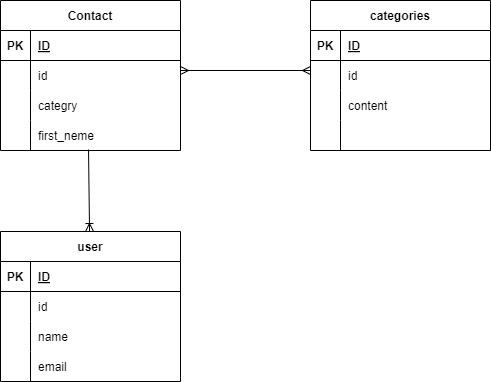
Earlier version of the draw.io export ER.drawio.png (yuusukejinba/jinba-kadai). Source tidied: cells renumbered, new cells last; positions are measured from the earlier drawing's top-left corner, leaving out a move shared by most shapes. Its diagram source:
```xml
<mxGraphModel>
  <root>
    <mxCell id="0" />
    <mxCell id="1" parent="0" />
    <mxCell id="2" value="Contact" style="shape=table;startSize=30;rowLines=0;fontStyle=1;align=center;" parent="1" vertex="1">
      <mxGeometry width="180" height="150" as="geometry" />
    </mxCell>
    <mxCell id="3" style="shape=tableRow;horizontal=0;startSize=0;swimlaneHead=0;swimlaneBody=0;fillColor=none;top=0;left=0;right=0;bottom=1;" parent="2" vertex="1">
      <mxGeometry y="30" width="180" height="30" as="geometry" />
    </mxCell>
    <mxCell id="4" value="PK" style="shape=partialRectangle;fillColor=none;top=0;left=0;bottom=0;right=0;fontStyle=1;overflow=hidden;" parent="3" vertex="1">
      <mxGeometry width="30" height="30" as="geometry" />
    </mxCell>
    <mxCell id="5" value="ID" style="shape=partialRectangle;fillColor=none;top=0;left=0;bottom=0;right=0;align=left;spacingLeft=6;fontStyle=5;overflow=hidden;" parent="3" vertex="1">
      <mxGeometry x="30" width="150" height="30" as="geometry" />
    </mxCell>
    <mxCell id="6" style="shape=tableRow;horizontal=0;startSize=0;swimlaneHead=0;swimlaneBody=0;fillColor=none;top=0;left=0;right=0;bottom=0;" parent="2" vertex="1">
      <mxGeometry y="60" width="180" height="30" as="geometry" />
    </mxCell>
    <mxCell id="7" style="shape=partialRectangle;fillColor=none;top=0;left=0;bottom=0;right=0;overflow=hidden;" parent="6" vertex="1">
      <mxGeometry width="30" height="30" as="geometry" />
    </mxCell>
    <mxCell id="8" value="id" style="shape=partialRectangle;fillColor=none;top=0;left=0;bottom=0;right=0;align=left;spacingLeft=6;overflow=hidden;" parent="6" vertex="1">
      <mxGeometry x="30" width="150" height="30" as="geometry" />
    </mxCell>
    <mxCell id="9" style="shape=tableRow;horizontal=0;startSize=0;swimlaneHead=0;swimlaneBody=0;fillColor=none;top=0;left=0;right=0;bottom=0;" parent="2" vertex="1">
      <mxGeometry y="90" width="180" height="30" as="geometry" />
    </mxCell>
    <mxCell id="10" style="shape=partialRectangle;fillColor=none;top=0;left=0;bottom=0;right=0;overflow=hidden;" parent="9" vertex="1">
      <mxGeometry width="30" height="30" as="geometry" />
    </mxCell>
    <mxCell id="11" value="categry" style="shape=partialRectangle;fillColor=none;top=0;left=0;bottom=0;right=0;align=left;spacingLeft=6;overflow=hidden;" parent="9" vertex="1">
      <mxGeometry x="30" width="150" height="30" as="geometry" />
    </mxCell>
    <mxCell id="12" style="shape=tableRow;horizontal=0;startSize=0;swimlaneHead=0;swimlaneBody=0;fillColor=none;points=[[0,0.5],[1,0.5]];portConstraint=eastwest;top=0;left=0;right=0;bottom=0;" parent="2" vertex="1">
      <mxGeometry y="120" width="180" height="30" as="geometry" />
    </mxCell>
    <mxCell id="13" style="shape=partialRectangle;fillColor=none;top=0;left=0;bottom=0;right=0;overflow=hidden;" parent="12" vertex="1">
      <mxGeometry width="30" height="30" as="geometry" />
    </mxCell>
    <mxCell id="14" value="first_neme" style="shape=partialRectangle;fillColor=none;top=0;left=0;bottom=0;right=0;align=left;spacingLeft=6;overflow=hidden;" parent="12" vertex="1">
      <mxGeometry x="30" width="150" height="30" as="geometry" />
    </mxCell>
    <mxCell id="15" value="categories" style="shape=table;startSize=30;rowLines=0;fontStyle=1;align=center;" parent="1" vertex="1">
      <mxGeometry x="310" width="180" height="150" as="geometry" />
    </mxCell>
    <mxCell id="16" style="shape=tableRow;horizontal=0;startSize=0;swimlaneHead=0;swimlaneBody=0;fillColor=none;top=0;left=0;right=0;bottom=1;" parent="15" vertex="1">
      <mxGeometry y="30" width="180" height="30" as="geometry" />
    </mxCell>
    <mxCell id="17" value="PK" style="shape=partialRectangle;fillColor=none;top=0;left=0;bottom=0;right=0;fontStyle=1;overflow=hidden;" parent="16" vertex="1">
      <mxGeometry width="30" height="30" as="geometry" />
    </mxCell>
    <mxCell id="18" value="ID" style="shape=partialRectangle;fillColor=none;top=0;left=0;bottom=0;right=0;align=left;spacingLeft=6;fontStyle=5;overflow=hidden;" parent="16" vertex="1">
      <mxGeometry x="30" width="150" height="30" as="geometry" />
    </mxCell>
    <mxCell id="19" style="shape=tableRow;horizontal=0;startSize=0;swimlaneHead=0;swimlaneBody=0;fillColor=none;top=0;left=0;right=0;bottom=0;" parent="15" vertex="1">
      <mxGeometry y="60" width="180" height="30" as="geometry" />
    </mxCell>
    <mxCell id="20" style="shape=partialRectangle;fillColor=none;top=0;left=0;bottom=0;right=0;overflow=hidden;" parent="19" vertex="1">
      <mxGeometry width="30" height="30" as="geometry" />
    </mxCell>
    <mxCell id="21" value="id" style="shape=partialRectangle;fillColor=none;top=0;left=0;bottom=0;right=0;align=left;spacingLeft=6;overflow=hidden;" parent="19" vertex="1">
      <mxGeometry x="30" width="150" height="30" as="geometry" />
    </mxCell>
    <mxCell id="22" style="shape=tableRow;horizontal=0;startSize=0;swimlaneHead=0;swimlaneBody=0;fillColor=none;top=0;left=0;right=0;bottom=0;" parent="15" vertex="1">
      <mxGeometry y="90" width="180" height="30" as="geometry" />
    </mxCell>
    <mxCell id="23" style="shape=partialRectangle;fillColor=none;top=0;left=0;bottom=0;right=0;overflow=hidden;" parent="22" vertex="1">
      <mxGeometry width="30" height="30" as="geometry" />
    </mxCell>
    <mxCell id="24" value="content" style="shape=partialRectangle;fillColor=none;top=0;left=0;bottom=0;right=0;align=left;spacingLeft=6;overflow=hidden;" parent="22" vertex="1">
      <mxGeometry x="30" width="150" height="30" as="geometry" />
    </mxCell>
    <mxCell id="25" style="shape=tableRow;horizontal=0;startSize=0;swimlaneHead=0;swimlaneBody=0;fillColor=none;top=0;left=0;right=0;bottom=0;" parent="15" vertex="1">
      <mxGeometry y="120" width="180" height="30" as="geometry" />
    </mxCell>
    <mxCell id="26" style="shape=partialRectangle;fillColor=none;top=0;left=0;bottom=0;right=0;overflow=hidden;" parent="25" vertex="1">
      <mxGeometry width="30" height="30" as="geometry" />
    </mxCell>
    <mxCell id="27" style="shape=partialRectangle;fillColor=none;top=0;left=0;bottom=0;right=0;align=left;spacingLeft=6;overflow=hidden;" parent="25" vertex="1">
      <mxGeometry x="30" width="150" height="30" as="geometry" />
    </mxCell>
    <mxCell id="28" value="user" style="shape=table;startSize=30;rowLines=0;fontStyle=1;align=center;" parent="1" vertex="1">
      <mxGeometry y="231" width="180" height="150" as="geometry" />
    </mxCell>
    <mxCell id="29" style="shape=tableRow;horizontal=0;startSize=0;swimlaneHead=0;swimlaneBody=0;fillColor=none;top=0;left=0;right=0;bottom=1;" parent="28" vertex="1">
      <mxGeometry y="30" width="180" height="30" as="geometry" />
    </mxCell>
    <mxCell id="30" value="PK" style="shape=partialRectangle;fillColor=none;top=0;left=0;bottom=0;right=0;fontStyle=1;overflow=hidden;" parent="29" vertex="1">
      <mxGeometry width="30" height="30" as="geometry" />
    </mxCell>
    <mxCell id="31" value="ID" style="shape=partialRectangle;fillColor=none;top=0;left=0;bottom=0;right=0;align=left;spacingLeft=6;fontStyle=5;overflow=hidden;" parent="29" vertex="1">
      <mxGeometry x="30" width="150" height="30" as="geometry" />
    </mxCell>
    <mxCell id="32" style="shape=tableRow;horizontal=0;startSize=0;swimlaneHead=0;swimlaneBody=0;fillColor=none;top=0;left=0;right=0;bottom=0;" parent="28" vertex="1">
      <mxGeometry y="60" width="180" height="30" as="geometry" />
    </mxCell>
    <mxCell id="33" style="shape=partialRectangle;fillColor=none;top=0;left=0;bottom=0;right=0;overflow=hidden;" parent="32" vertex="1">
      <mxGeometry width="30" height="30" as="geometry" />
    </mxCell>
    <mxCell id="34" value="id" style="shape=partialRectangle;fillColor=none;top=0;left=0;bottom=0;right=0;align=left;spacingLeft=6;overflow=hidden;" parent="32" vertex="1">
      <mxGeometry x="30" width="150" height="30" as="geometry" />
    </mxCell>
    <mxCell id="35" style="shape=tableRow;horizontal=0;startSize=0;swimlaneHead=0;swimlaneBody=0;fillColor=none;top=0;left=0;right=0;bottom=0;" parent="28" vertex="1">
      <mxGeometry y="90" width="180" height="30" as="geometry" />
    </mxCell>
    <mxCell id="36" style="shape=partialRectangle;fillColor=none;top=0;left=0;bottom=0;right=0;overflow=hidden;" parent="35" vertex="1">
      <mxGeometry width="30" height="30" as="geometry" />
    </mxCell>
    <mxCell id="37" value="name" style="shape=partialRectangle;fillColor=none;top=0;left=0;bottom=0;right=0;align=left;spacingLeft=6;overflow=hidden;" parent="35" vertex="1">
      <mxGeometry x="30" width="150" height="30" as="geometry" />
    </mxCell>
    <mxCell id="38" style="shape=tableRow;horizontal=0;startSize=0;swimlaneHead=0;swimlaneBody=0;fillColor=none;top=0;left=0;right=0;bottom=0;" parent="28" vertex="1">
      <mxGeometry y="120" width="180" height="30" as="geometry" />
    </mxCell>
    <mxCell id="39" style="shape=partialRectangle;fillColor=none;top=0;left=0;bottom=0;right=0;overflow=hidden;" parent="38" vertex="1">
      <mxGeometry width="30" height="30" as="geometry" />
    </mxCell>
    <mxCell id="40" value="email" style="shape=partialRectangle;fillColor=none;top=0;left=0;bottom=0;right=0;align=left;spacingLeft=6;overflow=hidden;" parent="38" vertex="1">
      <mxGeometry x="30" width="150" height="30" as="geometry" />
    </mxCell>
    <mxCell id="41" style="fontSize=12;html=1;endArrow=ERoneToMany;exitX=0.489;exitY=0.967;exitDx=0;exitDy=0;exitPerimeter=0;" parent="1" edge="1" source="12" target="28">
      <mxGeometry relative="1" as="geometry" />
    </mxCell>
    <mxCell id="42" style="fontSize=12;html=1;endArrow=ERmany;startArrow=ERmany;" parent="1" edge="1">
      <mxGeometry relative="1" as="geometry">
        <mxPoint x="180" y="70" as="sourcePoint" />
        <mxPoint x="310" y="70" as="targetPoint" />
      </mxGeometry>
    </mxCell>
  </root>
</mxGraphModel>
```
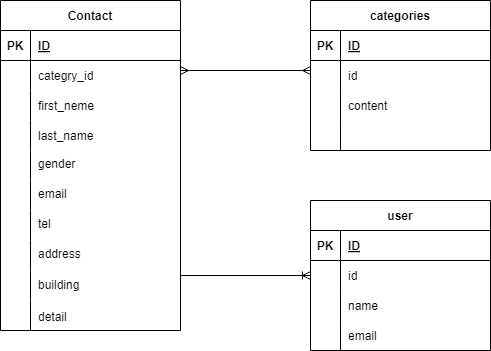
After the commit.

What changed in the source:
```diff
@@ -3,7 +3,7 @@
     <mxCell id="0" />
     <mxCell id="1" parent="0" />
     <mxCell id="2" value="Contact" style="shape=table;startSize=30;rowLines=0;fontStyle=1;align=center;" parent="1" vertex="1">
-      <mxGeometry width="180" height="150" as="geometry" />
+      <mxGeometry width="180" height="330" as="geometry" />
     </mxCell>
     <mxCell id="3" style="shape=tableRow;horizontal=0;startSize=0;swimlaneHead=0;swimlaneBody=0;fillColor=none;top=0;left=0;right=0;bottom=1;" parent="2" vertex="1">
       <mxGeometry y="30" width="180" height="30" as="geometry" />
@@ -20,7 +20,7 @@
     <mxCell id="7" style="shape=partialRectangle;fillColor=none;top=0;left=0;bottom=0;right=0;overflow=hidden;" parent="6" vertex="1">
       <mxGeometry width="30" height="30" as="geometry" />
     </mxCell>
-    <mxCell id="8" value="id" style="shape=partialRectangle;fillColor=none;top=0;left=0;bottom=0;right=0;align=left;spacingLeft=6;overflow=hidden;" parent="6" vertex="1">
+    <mxCell id="8" value="categry_id" style="shape=partialRectangle;fillColor=none;top=0;left=0;bottom=0;right=0;align=left;spacingLeft=6;overflow=hidden;" parent="6" vertex="1">
       <mxGeometry x="30" width="150" height="30" as="geometry" />
     </mxCell>
     <mxCell id="9" style="shape=tableRow;horizontal=0;startSize=0;swimlaneHead=0;swimlaneBody=0;fillColor=none;top=0;left=0;right=0;bottom=0;" parent="2" vertex="1">
@@ -29,7 +29,7 @@
     <mxCell id="10" style="shape=partialRectangle;fillColor=none;top=0;left=0;bottom=0;right=0;overflow=hidden;" parent="9" vertex="1">
       <mxGeometry width="30" height="30" as="geometry" />
     </mxCell>
-    <mxCell id="11" value="categry" style="shape=partialRectangle;fillColor=none;top=0;left=0;bottom=0;right=0;align=left;spacingLeft=6;overflow=hidden;" parent="9" vertex="1">
+    <mxCell id="11" value="first_neme" style="shape=partialRectangle;fillColor=none;top=0;left=0;bottom=0;right=0;align=left;spacingLeft=6;overflow=hidden;" parent="9" vertex="1">
       <mxGeometry x="30" width="150" height="30" as="geometry" />
     </mxCell>
     <mxCell id="12" style="shape=tableRow;horizontal=0;startSize=0;swimlaneHead=0;swimlaneBody=0;fillColor=none;points=[[0,0.5],[1,0.5]];portConstraint=eastwest;top=0;left=0;right=0;bottom=0;" parent="2" vertex="1">
@@ -38,9 +38,63 @@
     <mxCell id="13" style="shape=partialRectangle;fillColor=none;top=0;left=0;bottom=0;right=0;overflow=hidden;" parent="12" vertex="1">
       <mxGeometry width="30" height="30" as="geometry" />
     </mxCell>
-    <mxCell id="14" value="first_neme" style="shape=partialRectangle;fillColor=none;top=0;left=0;bottom=0;right=0;align=left;spacingLeft=6;overflow=hidden;" parent="12" vertex="1">
+    <mxCell id="14" value="last_name" style="shape=partialRectangle;fillColor=none;top=0;left=0;bottom=0;right=0;align=left;spacingLeft=6;overflow=hidden;" parent="12" vertex="1">
       <mxGeometry x="30" width="150" height="30" as="geometry" />
     </mxCell>
+    <mxCell id="43" style="shape=tableRow;horizontal=0;startSize=0;swimlaneHead=0;swimlaneBody=0;fillColor=none;top=0;left=0;right=0;bottom=0;" parent="2" vertex="1">
+      <mxGeometry y="150" width="180" height="30" as="geometry" />
+    </mxCell>
+    <mxCell id="44" style="shape=partialRectangle;fillColor=none;top=0;left=0;bottom=0;right=0;overflow=hidden;" parent="43" vertex="1">
+      <mxGeometry width="30" height="30" as="geometry" />
+    </mxCell>
+    <mxCell id="45" style="shape=partialRectangle;fillColor=none;top=0;left=0;bottom=0;right=0;align=left;spacingLeft=6;overflow=hidden;" parent="43" vertex="1">
+      <mxGeometry x="30" width="150" height="30" as="geometry" />
+    </mxCell>
+    <mxCell id="46" style="shape=tableRow;horizontal=0;startSize=0;swimlaneHead=0;swimlaneBody=0;fillColor=none;top=0;left=0;right=0;bottom=0;" parent="2" vertex="1">
+      <mxGeometry y="180" width="180" height="30" as="geometry" />
+    </mxCell>
+    <mxCell id="47" style="shape=partialRectangle;fillColor=none;top=0;left=0;bottom=0;right=0;overflow=hidden;" parent="46" vertex="1">
+      <mxGeometry width="30" height="30" as="geometry" />
+    </mxCell>
+    <mxCell id="48" style="shape=partialRectangle;fillColor=none;top=0;left=0;bottom=0;right=0;align=left;spacingLeft=6;overflow=hidden;" parent="46" vertex="1">
+      <mxGeometry x="30" width="150" height="30" as="geometry" />
+    </mxCell>
+    <mxCell id="49" style="shape=tableRow;horizontal=0;startSize=0;swimlaneHead=0;swimlaneBody=0;fillColor=none;top=0;left=0;right=0;bottom=0;" parent="2" vertex="1">
+      <mxGeometry y="210" width="180" height="30" as="geometry" />
+    </mxCell>
+    <mxCell id="50" style="shape=partialRectangle;fillColor=none;top=0;left=0;bottom=0;right=0;overflow=hidden;" parent="49" vertex="1">
+      <mxGeometry width="30" height="30" as="geometry" />
+    </mxCell>
+    <mxCell id="51" style="shape=partialRectangle;fillColor=none;top=0;left=0;bottom=0;right=0;align=left;spacingLeft=6;overflow=hidden;" parent="49" vertex="1">
+      <mxGeometry x="30" width="150" height="30" as="geometry" />
+    </mxCell>
+    <mxCell id="52" style="shape=tableRow;horizontal=0;startSize=0;swimlaneHead=0;swimlaneBody=0;fillColor=none;top=0;left=0;right=0;bottom=0;" parent="2" vertex="1">
+      <mxGeometry y="240" width="180" height="30" as="geometry" />
+    </mxCell>
+    <mxCell id="53" style="shape=partialRectangle;fillColor=none;top=0;left=0;bottom=0;right=0;overflow=hidden;" parent="52" vertex="1">
+      <mxGeometry width="30" height="30" as="geometry" />
+    </mxCell>
+    <mxCell id="54" style="shape=partialRectangle;fillColor=none;top=0;left=0;bottom=0;right=0;align=left;spacingLeft=6;overflow=hidden;" parent="52" vertex="1">
+      <mxGeometry x="30" width="150" height="30" as="geometry" />
+    </mxCell>
+    <mxCell id="55" style="shape=tableRow;horizontal=0;startSize=0;swimlaneHead=0;swimlaneBody=0;fillColor=none;top=0;left=0;right=0;bottom=0;" parent="2" vertex="1">
+      <mxGeometry y="270" width="180" height="30" as="geometry" />
+    </mxCell>
+    <mxCell id="56" style="shape=partialRectangle;fillColor=none;top=0;left=0;bottom=0;right=0;overflow=hidden;" parent="55" vertex="1">
+      <mxGeometry width="30" height="30" as="geometry" />
+    </mxCell>
+    <mxCell id="57" style="shape=partialRectangle;fillColor=none;top=0;left=0;bottom=0;right=0;align=left;spacingLeft=6;overflow=hidden;" parent="55" vertex="1">
+      <mxGeometry x="30" width="150" height="30" as="geometry" />
+    </mxCell>
+    <mxCell id="58" style="shape=tableRow;horizontal=0;startSize=0;swimlaneHead=0;swimlaneBody=0;fillColor=none;top=0;left=0;right=0;bottom=0;" parent="2" vertex="1">
+      <mxGeometry y="300" width="180" height="30" as="geometry" />
+    </mxCell>
+    <mxCell id="59" style="shape=partialRectangle;fillColor=none;top=0;left=0;bottom=0;right=0;overflow=hidden;" parent="58" vertex="1">
+      <mxGeometry width="30" height="30" as="geometry" />
+    </mxCell>
+    <mxCell id="60" style="shape=partialRectangle;fillColor=none;top=0;left=0;bottom=0;right=0;align=left;spacingLeft=6;overflow=hidden;" parent="58" vertex="1">
+      <mxGeometry x="30" width="150" height="30" as="geometry" />
+    </mxCell>
     <mxCell id="15" value="categories" style="shape=table;startSize=30;rowLines=0;fontStyle=1;align=center;" parent="1" vertex="1">
       <mxGeometry x="310" width="180" height="150" as="geometry" />
     </mxCell>
@@ -81,7 +135,7 @@
       <mxGeometry x="30" width="150" height="30" as="geometry" />
     </mxCell>
     <mxCell id="28" value="user" style="shape=table;startSize=30;rowLines=0;fontStyle=1;align=center;" parent="1" vertex="1">
-      <mxGeometry y="231" width="180" height="150" as="geometry" />
+      <mxGeometry x="310" y="200" width="180" height="150" as="geometry" />
     </mxCell>
     <mxCell id="29" style="shape=tableRow;horizontal=0;startSize=0;swimlaneHead=0;swimlaneBody=0;fillColor=none;top=0;left=0;right=0;bottom=1;" parent="28" vertex="1">
       <mxGeometry y="30" width="180" height="30" as="geometry" />
@@ -119,8 +173,10 @@
     <mxCell id="40" value="email" style="shape=partialRectangle;fillColor=none;top=0;left=0;bottom=0;right=0;align=left;spacingLeft=6;overflow=hidden;" parent="38" vertex="1">
       <mxGeometry x="30" width="150" height="30" as="geometry" />
     </mxCell>
-    <mxCell id="41" style="fontSize=12;html=1;endArrow=ERoneToMany;exitX=0.489;exitY=0.967;exitDx=0;exitDy=0;exitPerimeter=0;" parent="1" edge="1" source="12" target="28">
-      <mxGeometry relative="1" as="geometry" />
+    <mxCell id="41" style="fontSize=12;html=1;endArrow=ERoneToMany;" parent="1" edge="1" target="28">
+      <mxGeometry relative="1" as="geometry">
+        <mxPoint x="180" y="275" as="sourcePoint" />
+      </mxGeometry>
     </mxCell>
     <mxCell id="42" style="fontSize=12;html=1;endArrow=ERmany;startArrow=ERmany;" parent="1" edge="1">
       <mxGeometry relative="1" as="geometry">
@@ -128,5 +184,23 @@
         <mxPoint x="310" y="70" as="targetPoint" />
       </mxGeometry>
     </mxCell>
+    <mxCell id="61" value="gender" style="shape=partialRectangle;fillColor=none;top=0;left=0;bottom=0;right=0;align=left;spacingLeft=6;overflow=hidden;" parent="1" vertex="1">
+      <mxGeometry x="30" y="148" width="150" height="30" as="geometry" />
+    </mxCell>
+    <mxCell id="62" value="email" style="shape=partialRectangle;fillColor=none;top=0;left=0;bottom=0;right=0;align=left;spacingLeft=6;overflow=hidden;" parent="1" vertex="1">
+      <mxGeometry x="30" y="178" width="150" height="30" as="geometry" />
+    </mxCell>
+    <mxCell id="63" value="tel" style="shape=partialRectangle;fillColor=none;top=0;left=0;bottom=0;right=0;align=left;spacingLeft=6;overflow=hidden;" parent="1" vertex="1">
+      <mxGeometry x="30" y="208" width="150" height="30" as="geometry" />
+    </mxCell>
+    <mxCell id="64" value="address" style="shape=partialRectangle;fillColor=none;top=0;left=0;bottom=0;right=0;align=left;spacingLeft=6;overflow=hidden;" parent="1" vertex="1">
+      <mxGeometry x="30" y="238" width="150" height="30" as="geometry" />
+    </mxCell>
+    <mxCell id="65" value="building" style="shape=partialRectangle;fillColor=none;top=0;left=0;bottom=0;right=0;align=left;spacingLeft=6;overflow=hidden;" parent="1" vertex="1">
+      <mxGeometry x="30" y="268" width="150" height="32" as="geometry" />
+    </mxCell>
+    <mxCell id="66" value="detail" style="shape=partialRectangle;fillColor=none;top=0;left=0;bottom=0;right=0;align=left;spacingLeft=6;overflow=hidden;" parent="1" vertex="1">
+      <mxGeometry x="30" y="300" width="150" height="32" as="geometry" />
+    </mxCell>
   </root>
 </mxGraphModel>
```
